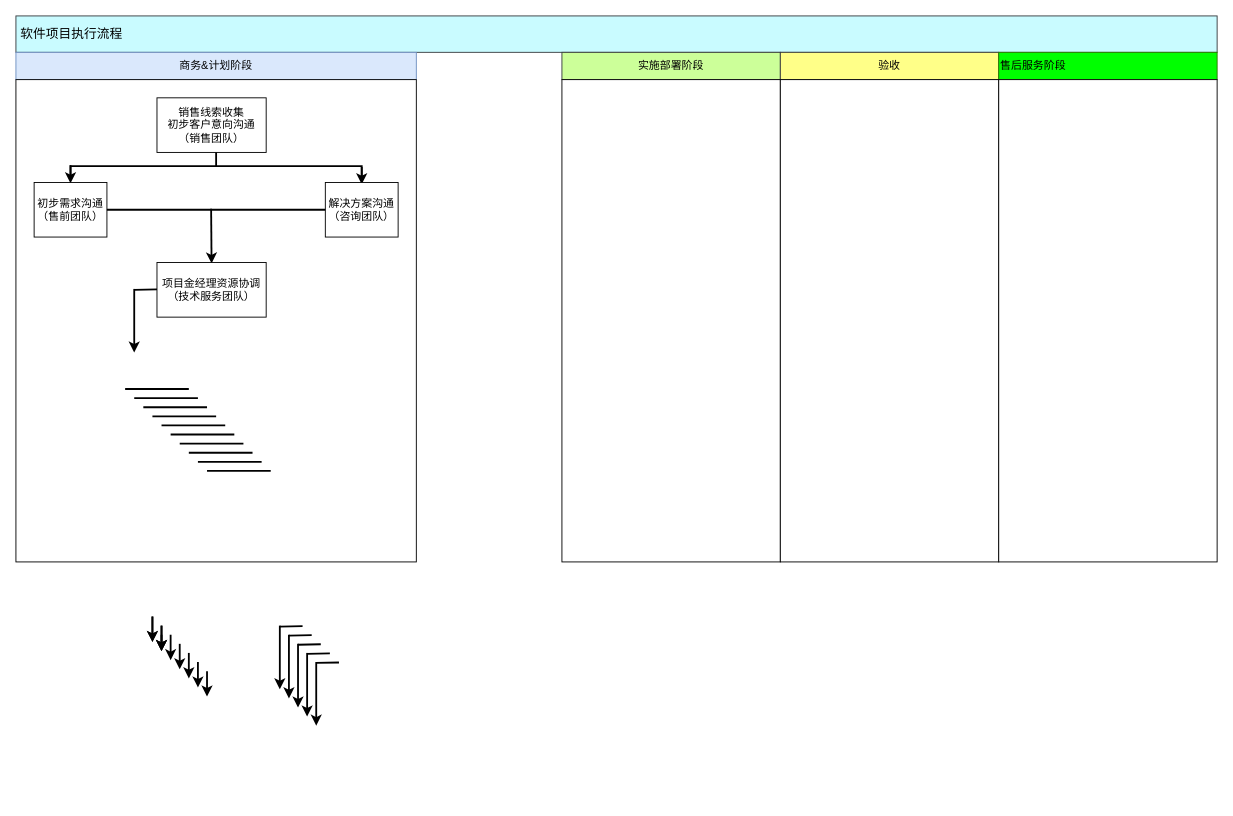
Above: 未命名绘图.drawio in pingxinerlun/Demo (draw.io), before the change. Source tidied: cells renumbered, new cells numbered last; positions are measured from the earlier drawing's top-left corner, leaving out a move shared by most shapes. Both pictures are drawn from the tidied source at 91%, with x=0, y=0 at pixel (15, 15).
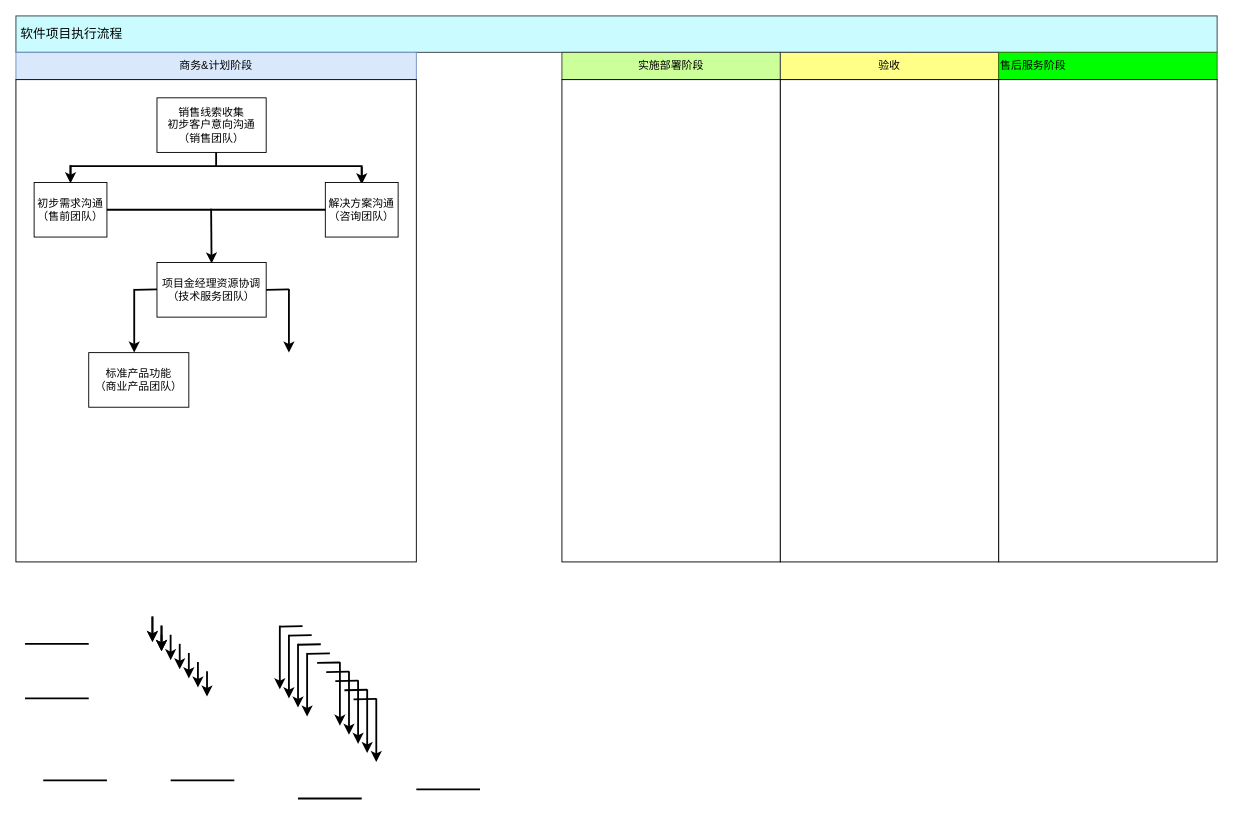
Above is the later version.

Commit message:
标准产品功能.drawio

The edit, as a diff of the source:
```diff
@@
     <mxCell id="31" style="endArrow=none;html=1;strokeWidth=2;" parent="1" edge="1">
       <mxGeometry relative="1" as="geometry">
-        <mxPoint x="120" y="410" as="sourcePoint" />
-        <mxPoint x="190" y="410" as="targetPoint" />
+        <mxPoint x="30" y="840" as="sourcePoint" />
+        <mxPoint x="100" y="840" as="targetPoint" />
       </mxGeometry>
     </mxCell>
-    <mxCell id="32" style="endArrow=none;html=1;strokeWidth=2;" parent="1" edge="1">
-      <mxGeometry relative="1" as="geometry">
-        <mxPoint x="130" y="420" as="sourcePoint" />
-        <mxPoint x="200" y="420" as="targetPoint" />
-      </mxGeometry>
-    </mxCell>
     <mxCell id="33" style="endArrow=none;html=1;strokeWidth=2;" parent="1" edge="1">
       <mxGeometry relative="1" as="geometry">
-        <mxPoint x="140" y="430" as="sourcePoint" />
-        <mxPoint x="210" y="430" as="targetPoint" />
+        <mxPoint x="440" y="850" as="sourcePoint" />
+        <mxPoint x="510" y="850" as="targetPoint" />
       </mxGeometry>
     </mxCell>
     <mxCell id="34" style="endArrow=none;html=1;strokeWidth=2;" parent="1" edge="1">
       <mxGeometry relative="1" as="geometry">
-        <mxPoint x="150" y="440" as="sourcePoint" />
-        <mxPoint x="220" y="440" as="targetPoint" />
+        <mxPoint x="310" y="860" as="sourcePoint" />
+        <mxPoint x="380" y="860" as="targetPoint" />
       </mxGeometry>
     </mxCell>
     <mxCell id="35" style="endArrow=none;html=1;strokeWidth=2;" parent="1" edge="1">
       <mxGeometry relative="1" as="geometry">
-        <mxPoint x="160" y="450" as="sourcePoint" />
-        <mxPoint x="230" y="450" as="targetPoint" />
+        <mxPoint x="170" y="840" as="sourcePoint" />
+        <mxPoint x="240" y="840" as="targetPoint" />
       </mxGeometry>
     </mxCell>
-    <mxCell id="36" style="endArrow=none;html=1;strokeWidth=2;" parent="1" edge="1">
-      <mxGeometry relative="1" as="geometry">
-        <mxPoint x="170" y="460" as="sourcePoint" />
-        <mxPoint x="240" y="460" as="targetPoint" />
-      </mxGeometry>
-    </mxCell>
-    <mxCell id="37" style="endArrow=none;html=1;strokeWidth=2;" parent="1" edge="1">
-      <mxGeometry relative="1" as="geometry">
-        <mxPoint x="180" y="470" as="sourcePoint" />
-        <mxPoint x="250" y="470" as="targetPoint" />
-      </mxGeometry>
-    </mxCell>
-    <mxCell id="38" style="endArrow=none;html=1;strokeWidth=2;" parent="1" edge="1">
-      <mxGeometry relative="1" as="geometry">
-        <mxPoint x="190" y="480" as="sourcePoint" />
-        <mxPoint x="260" y="480" as="targetPoint" />
-      </mxGeometry>
-    </mxCell>
     <mxCell id="39" style="endArrow=none;html=1;strokeWidth=2;" parent="1" edge="1">
       <mxGeometry relative="1" as="geometry">
-        <mxPoint x="200" y="490" as="sourcePoint" />
-        <mxPoint x="270" y="490" as="targetPoint" />
+        <mxPoint x="10" y="750" as="sourcePoint" />
+        <mxPoint x="80" y="750" as="targetPoint" />
       </mxGeometry>
     </mxCell>
     <mxCell id="40" style="endArrow=none;html=1;strokeWidth=2;" parent="1" edge="1">
       <mxGeometry relative="1" as="geometry">
-        <mxPoint x="210" y="500" as="sourcePoint" />
-        <mxPoint x="280" y="500" as="targetPoint" />
+        <mxPoint x="10" y="690" as="sourcePoint" />
+        <mxPoint x="80" y="690" as="targetPoint" />
       </mxGeometry>
     </mxCell>
@@
     <mxCell id="50" style="endArrow=classic;html=1;endSize=6;strokeWidth=2;" parent="1" edge="1">
       <mxGeometry relative="1" as="geometry">
-        <mxPoint x="330" y="710" as="sourcePoint" />
-        <mxPoint x="330" y="780" as="targetPoint" />
+        <mxPoint x="356" y="710" as="sourcePoint" />
+        <mxPoint x="356" y="780" as="targetPoint" />
       </mxGeometry>
     </mxCell>
     <mxCell id="51" style="endArrow=none;html=1;strokeWidth=2;" parent="1" edge="1">
       <mxGeometry relative="1" as="geometry">
-        <mxPoint x="330" y="711" as="sourcePoint" />
-        <mxPoint x="355" y="710.5" as="targetPoint" />
+        <mxPoint x="331" y="711" as="sourcePoint" />
+        <mxPoint x="356" y="710.5" as="targetPoint" />
       </mxGeometry>
     </mxCell>
+    <mxCell id="52" style="endArrow=classic;html=1;endSize=6;strokeWidth=2;" parent="1" edge="1">
+      <mxGeometry relative="1" as="geometry">
+        <mxPoint x="366" y="720" as="sourcePoint" />
+        <mxPoint x="366" y="790" as="targetPoint" />
+      </mxGeometry>
+    </mxCell>
+    <mxCell id="53" style="endArrow=none;html=1;strokeWidth=2;" parent="1" edge="1">
+      <mxGeometry relative="1" as="geometry">
+        <mxPoint x="341" y="721" as="sourcePoint" />
+        <mxPoint x="366" y="720.5" as="targetPoint" />
+      </mxGeometry>
+    </mxCell>
+    <mxCell id="54" style="endArrow=classic;html=1;endSize=6;strokeWidth=2;" parent="1" edge="1">
+      <mxGeometry relative="1" as="geometry">
+        <mxPoint x="376" y="730" as="sourcePoint" />
+        <mxPoint x="376" y="800" as="targetPoint" />
+      </mxGeometry>
+    </mxCell>
+    <mxCell id="55" style="endArrow=none;html=1;strokeWidth=2;" parent="1" edge="1">
+      <mxGeometry relative="1" as="geometry">
+        <mxPoint x="351" y="731" as="sourcePoint" />
+        <mxPoint x="376" y="730.5" as="targetPoint" />
+      </mxGeometry>
+    </mxCell>
+    <mxCell id="56" style="endArrow=classic;html=1;endSize=6;strokeWidth=2;" parent="1" edge="1">
+      <mxGeometry relative="1" as="geometry">
+        <mxPoint x="386" y="740" as="sourcePoint" />
+        <mxPoint x="386" y="810" as="targetPoint" />
+      </mxGeometry>
+    </mxCell>
+    <mxCell id="57" style="endArrow=none;html=1;strokeWidth=2;" parent="1" edge="1">
+      <mxGeometry relative="1" as="geometry">
+        <mxPoint x="361" y="741" as="sourcePoint" />
+        <mxPoint x="386" y="740.5" as="targetPoint" />
+      </mxGeometry>
+    </mxCell>
+    <mxCell id="58" style="endArrow=classic;html=1;endSize=6;strokeWidth=2;" parent="1" edge="1">
+      <mxGeometry relative="1" as="geometry">
+        <mxPoint x="396" y="750" as="sourcePoint" />
+        <mxPoint x="396" y="820" as="targetPoint" />
+      </mxGeometry>
+    </mxCell>
+    <mxCell id="59" style="endArrow=none;html=1;strokeWidth=2;" parent="1" edge="1">
+      <mxGeometry relative="1" as="geometry">
+        <mxPoint x="371" y="751" as="sourcePoint" />
+        <mxPoint x="396" y="750.5" as="targetPoint" />
+      </mxGeometry>
+    </mxCell>
+    <mxCell id="60" style="endArrow=classic;html=1;endSize=6;strokeWidth=2;" parent="1" edge="1">
+      <mxGeometry relative="1" as="geometry">
+        <mxPoint x="300" y="300" as="sourcePoint" />
+        <mxPoint x="300" y="370" as="targetPoint" />
+      </mxGeometry>
+    </mxCell>
+    <mxCell id="61" style="endArrow=none;html=1;strokeWidth=2;" parent="1" edge="1">
+      <mxGeometry relative="1" as="geometry">
+        <mxPoint x="275" y="301" as="sourcePoint" />
+        <mxPoint x="300" y="300.5" as="targetPoint" />
+      </mxGeometry>
+    </mxCell>
+    <mxCell id="62" value="标准产品功能&lt;br&gt;（商业产品团队）" style="rounded=0;whiteSpace=wrap;html=1;fillColor=#FFFFFF;align=center;" parent="1" vertex="1">
+      <mxGeometry x="80" y="370" width="110" height="60" as="geometry" />
+    </mxCell>
```
